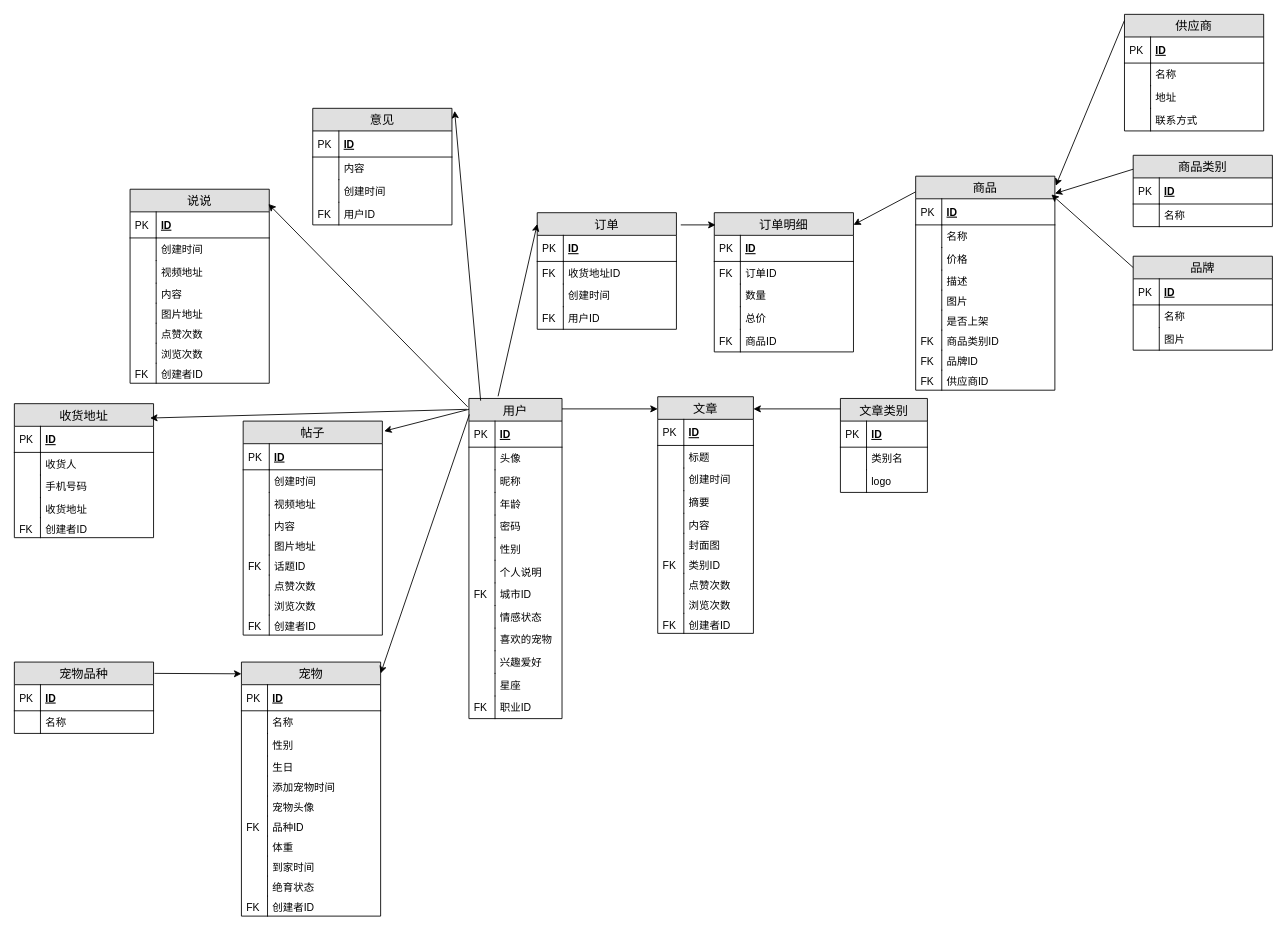
Above: pet/uml/面向对象数据库设计2.drawio in JMHello/draw (draw.io), before the change. Source tidied: cells renumbered, new cells numbered last; positions are measured from the earlier drawing's top-left corner, leaving out a move shared by most shapes. Both pictures are drawn from the tidied source at 87%, with x=0, y=0 at pixel (14, 14).
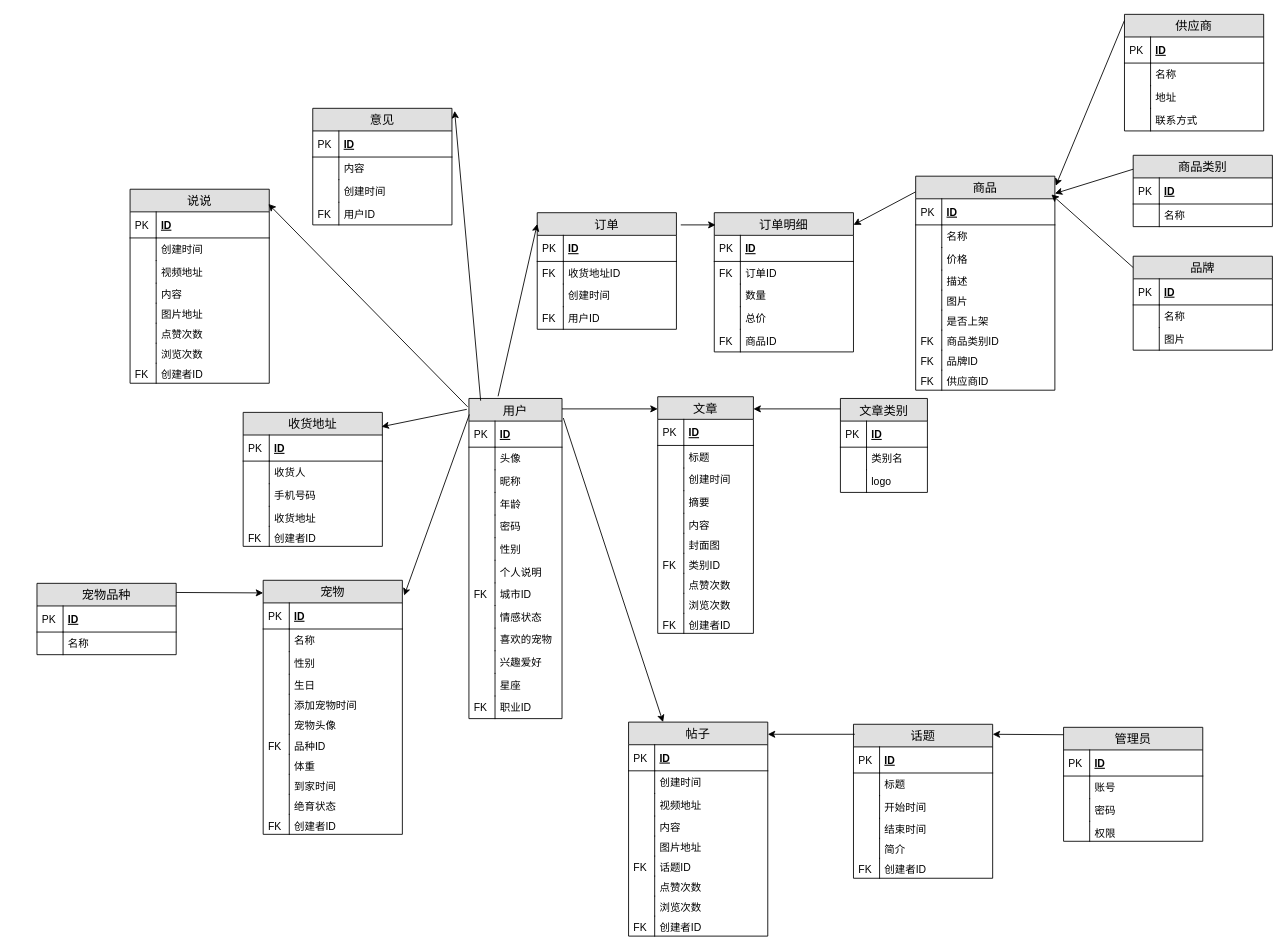
Above is the later version.

Commit message (it also covers changes not shown here):
Update 面向对象数据库设计2.drawio

The change refers to these unchanged cells:
```xml
<mxCell id="22" value="用户" style="swimlane;fontStyle=0;horizontal=1;startSize=26;fillColor=#e0e0e0;swimlaneFillColor=#ffffff;align=center;fontSize=14;" parent="21" vertex="1">
  <mxGeometry y="2" width="107" height="368" as="geometry" />
</mxCell>
<mxCell id="23" value="ID" style="shape=partialRectangle;top=0;left=0;right=0;bottom=1;align=left;verticalAlign=middle;fillColor=none;spacingLeft=34;spacingRight=4;overflow=hidden;points=[[0,0.5],[1,0.5]];portConstraint=eastwest;fontStyle=5;fontSize=12;" parent="22" vertex="1">
  <mxGeometry y="26" width="107" height="30" as="geometry" />
</mxCell>
```

Change to the diagram source:
```diff
@@
-    <mxCell id="2" value="帖子" style="swimlane;fontStyle=0;horizontal=1;startSize=26;fillColor=#e0e0e0;swimlaneFillColor=#ffffff;align=center;fontSize=14;" parent="1" vertex="1">
-      <mxGeometry x="263" y="467.5" width="160" height="246" as="geometry" />
-    </mxCell>
-    <mxCell id="3" value="ID" style="shape=partialRectangle;top=0;left=0;right=0;bottom=1;align=left;verticalAlign=middle;fillColor=none;spacingLeft=34;spacingRight=4;overflow=hidden;fontStyle=5;fontSize=12;" parent="2" vertex="1">
-      <mxGeometry y="26" width="160" height="30" as="geometry" />
-    </mxCell>
-    <mxCell id="4" value="PK" style="shape=partialRectangle;top=0;left=0;bottom=0;fillColor=none;align=left;verticalAlign=middle;spacingLeft=4;spacingRight=4;overflow=hidden;fontSize=12;" parent="3" vertex="1">
-      <mxGeometry width="30" height="30" as="geometry" />
-    </mxCell>
-    <mxCell id="5" value="创建时间" style="shape=partialRectangle;top=0;left=0;right=0;bottom=0;align=left;verticalAlign=top;fillColor=none;spacingLeft=34;spacingRight=4;overflow=hidden;fontSize=12;" parent="2" vertex="1">
-      <mxGeometry y="56" width="160" height="26" as="geometry" />
-    </mxCell>
-    <mxCell id="6" style="shape=partialRectangle;top=0;left=0;bottom=0;fillColor=none;align=left;verticalAlign=top;spacingLeft=4;spacingRight=4;overflow=hidden;fontSize=12;" parent="5" vertex="1">
-      <mxGeometry width="30" height="26" as="geometry" />
-    </mxCell>
-    <mxCell id="7" value="视频地址" style="shape=partialRectangle;top=0;left=0;right=0;bottom=0;align=left;verticalAlign=top;fillColor=none;spacingLeft=34;spacingRight=4;overflow=hidden;fontSize=12;" parent="2" vertex="1">
-      <mxGeometry y="82" width="160" height="26" as="geometry" />
-    </mxCell>
-    <mxCell id="8" style="shape=partialRectangle;top=0;left=0;bottom=0;fillColor=none;align=left;verticalAlign=top;spacingLeft=4;spacingRight=4;overflow=hidden;fontSize=12;" parent="7" vertex="1">
-      <mxGeometry width="30" height="26" as="geometry" />
-    </mxCell>
-    <mxCell id="9" value="内容" style="shape=partialRectangle;top=0;left=0;right=0;bottom=0;align=left;verticalAlign=top;fillColor=none;spacingLeft=34;spacingRight=4;overflow=hidden;fontSize=12;" parent="2" vertex="1">
-      <mxGeometry y="108" width="160" height="23" as="geometry" />
-    </mxCell>
-    <mxCell id="10" style="shape=partialRectangle;top=0;left=0;bottom=0;fillColor=none;align=left;verticalAlign=top;spacingLeft=4;spacingRight=4;overflow=hidden;fontSize=12;" parent="9" vertex="1">
-      <mxGeometry width="30" height="23" as="geometry" />
-    </mxCell>
-    <mxCell id="11" value="图片地址" style="shape=partialRectangle;top=0;left=0;right=0;bottom=0;align=left;verticalAlign=top;fillColor=none;spacingLeft=34;spacingRight=4;overflow=hidden;fontSize=12;" parent="2" vertex="1">
-      <mxGeometry y="131" width="160" height="23" as="geometry" />
-    </mxCell>
-    <mxCell id="12" style="shape=partialRectangle;top=0;left=0;bottom=0;fillColor=none;align=left;verticalAlign=top;spacingLeft=4;spacingRight=4;overflow=hidden;fontSize=12;" parent="11" vertex="1">
-      <mxGeometry width="30" height="23" as="geometry" />
-    </mxCell>
-    <mxCell id="13" value="话题ID" style="shape=partialRectangle;top=0;left=0;right=0;bottom=0;align=left;verticalAlign=top;fillColor=none;spacingLeft=34;spacingRight=4;overflow=hidden;fontSize=12;" parent="2" vertex="1">
-      <mxGeometry y="154" width="160" height="23" as="geometry" />
-    </mxCell>
-    <mxCell id="14" value="FK" style="shape=partialRectangle;top=0;left=0;bottom=0;fillColor=none;align=left;verticalAlign=top;spacingLeft=4;spacingRight=4;overflow=hidden;fontSize=12;" parent="13" vertex="1">
-      <mxGeometry width="30" height="23" as="geometry" />
-    </mxCell>
-    <mxCell id="15" value="点赞次数" style="shape=partialRectangle;top=0;left=0;right=0;bottom=0;align=left;verticalAlign=top;fillColor=none;spacingLeft=34;spacingRight=4;overflow=hidden;fontSize=12;" parent="2" vertex="1">
-      <mxGeometry y="177" width="160" height="23" as="geometry" />
-    </mxCell>
-    <mxCell id="16" style="shape=partialRectangle;top=0;left=0;bottom=0;fillColor=none;align=left;verticalAlign=top;spacingLeft=4;spacingRight=4;overflow=hidden;fontSize=12;" parent="15" vertex="1">
-      <mxGeometry width="30" height="23" as="geometry" />
-    </mxCell>
-    <mxCell id="17" value="浏览次数" style="shape=partialRectangle;top=0;left=0;right=0;bottom=0;align=left;verticalAlign=top;fillColor=none;spacingLeft=34;spacingRight=4;overflow=hidden;fontSize=12;" parent="2" vertex="1">
-      <mxGeometry y="200" width="160" height="23" as="geometry" />
-    </mxCell>
-    <mxCell id="18" style="shape=partialRectangle;top=0;left=0;bottom=0;fillColor=none;align=left;verticalAlign=top;spacingLeft=4;spacingRight=4;overflow=hidden;fontSize=12;" parent="17" vertex="1">
-      <mxGeometry width="30" height="23" as="geometry" />
-    </mxCell>
-    <mxCell id="19" value="创建者ID" style="shape=partialRectangle;top=0;left=0;right=0;bottom=0;align=left;verticalAlign=top;fillColor=none;spacingLeft=34;spacingRight=4;overflow=hidden;fontSize=12;" parent="2" vertex="1">
-      <mxGeometry y="223" width="160" height="23" as="geometry" />
-    </mxCell>
-    <mxCell id="20" value="FK" style="shape=partialRectangle;top=0;left=0;bottom=0;fillColor=none;align=left;verticalAlign=top;spacingLeft=4;spacingRight=4;overflow=hidden;fontSize=12;" parent="19" vertex="1">
-      <mxGeometry width="30" height="23" as="geometry" />
-    </mxCell>
@@
-    <mxCell id="79" style="endArrow=classic;html=1;entryX=1.013;entryY=0.047;entryDx=0;entryDy=0;entryPerimeter=0;" parent="1" edge="1" target="2">
-      <mxGeometry relative="1" as="geometry">
-        <mxPoint x="522.5" y="454" as="sourcePoint" />
-      </mxGeometry>
+    <mxCell id="79" style="endArrow=classic;html=1;exitX=1.014;exitY=-0.117;exitDx=0;exitDy=0;exitPerimeter=0;" parent="1" edge="1" source="23" target="2">
+      <mxGeometry relative="1" as="geometry" />
     </mxCell>
@@
     <mxCell id="98" value="宠物" style="swimlane;fontStyle=0;horizontal=1;startSize=26;fillColor=#e0e0e0;swimlaneFillColor=#ffffff;align=center;fontSize=14;" parent="1" vertex="1">
-      <mxGeometry x="261" y="744.5" width="160" height="292" as="geometry" />
+      <mxGeometry x="286" y="650.5" width="160" height="292" as="geometry" />
     </mxCell>
@@
-    <mxCell id="121" style="endArrow=classic;html=1;exitX=0.005;exitY=0.05;exitDx=0;exitDy=0;exitPerimeter=0;" parent="1" edge="1" source="22">
-      <mxGeometry relative="1" as="geometry">
-        <mxPoint x="421" y="757.5" as="targetPoint" />
-      </mxGeometry>
+    <mxCell id="121" style="endArrow=classic;html=1;exitX=0.005;exitY=0.05;exitDx=0;exitDy=0;exitPerimeter=0;entryX=1.013;entryY=0.06;entryDx=0;entryDy=0;entryPerimeter=0;" parent="1" edge="1" source="22" target="98">
+      <mxGeometry relative="1" as="geometry" />
     </mxCell>
     <mxCell id="122" value="宠物品种" style="swimlane;fontStyle=0;horizontal=1;startSize=26;fillColor=#e0e0e0;swimlaneFillColor=#ffffff;align=center;fontSize=14;" parent="1" vertex="1">
-      <mxGeometry y="744.5" width="160" height="82" as="geometry" />
+      <mxGeometry x="26" y="654" width="160" height="82" as="geometry" />
     </mxCell>
@@
     <mxCell id="127" style="endArrow=classic;html=1;" parent="1" edge="1">
       <mxGeometry relative="1" as="geometry">
-        <mxPoint x="161" y="757.5" as="sourcePoint" />
-        <mxPoint x="261" y="758" as="targetPoint" />
+        <mxPoint x="186" y="664.5" as="sourcePoint" />
+        <mxPoint x="286" y="665" as="targetPoint" />
       </mxGeometry>
     </mxCell>
     <mxCell id="128" value="收货地址" style="swimlane;fontStyle=0;horizontal=1;startSize=26;fillColor=#e0e0e0;swimlaneFillColor=#ffffff;align=center;fontSize=14;" parent="1" vertex="1">
-      <mxGeometry y="447.5" width="160" height="154" as="geometry" />
+      <mxGeometry x="263" y="457.5" width="160" height="154" as="geometry" />
     </mxCell>
@@
-    <mxCell id="139" style="endArrow=classic;html=1;exitX=-0.023;exitY=0.034;exitDx=0;exitDy=0;exitPerimeter=0;" parent="1" edge="1" source="22">
-      <mxGeometry relative="1" as="geometry">
-        <mxPoint x="156" y="464" as="targetPoint" />
-      </mxGeometry>
+    <mxCell id="139" style="endArrow=classic;html=1;exitX=-0.023;exitY=0.034;exitDx=0;exitDy=0;exitPerimeter=0;entryX=0.994;entryY=0.107;entryDx=0;entryDy=0;entryPerimeter=0;" parent="1" edge="1" source="22" target="128">
+      <mxGeometry relative="1" as="geometry" />
     </mxCell>
@@
+    <mxCell id="2" value="帖子" style="swimlane;fontStyle=0;horizontal=1;startSize=26;fillColor=#e0e0e0;swimlaneFillColor=#ffffff;align=center;fontSize=14;" parent="1" vertex="1">
+      <mxGeometry x="706" y="813.5" width="160" height="246" as="geometry" />
+    </mxCell>
+    <mxCell id="216" value="ID" style="shape=partialRectangle;top=0;left=0;right=0;bottom=1;align=left;verticalAlign=middle;fillColor=none;spacingLeft=34;spacingRight=4;overflow=hidden;fontStyle=5;fontSize=12;" parent="2" vertex="1">
+      <mxGeometry y="26" width="160" height="30" as="geometry" />
+    </mxCell>
+    <mxCell id="217" value="PK" style="shape=partialRectangle;top=0;left=0;bottom=0;fillColor=none;align=left;verticalAlign=middle;spacingLeft=4;spacingRight=4;overflow=hidden;fontSize=12;" parent="216" vertex="1">
+      <mxGeometry width="30" height="30" as="geometry" />
+    </mxCell>
+    <mxCell id="5" value="创建时间" style="shape=partialRectangle;top=0;left=0;right=0;bottom=0;align=left;verticalAlign=top;fillColor=none;spacingLeft=34;spacingRight=4;overflow=hidden;fontSize=12;" parent="2" vertex="1">
+      <mxGeometry y="56" width="160" height="26" as="geometry" />
+    </mxCell>
+    <mxCell id="218" style="shape=partialRectangle;top=0;left=0;bottom=0;fillColor=none;align=left;verticalAlign=top;spacingLeft=4;spacingRight=4;overflow=hidden;fontSize=12;" parent="5" vertex="1">
+      <mxGeometry width="30" height="26" as="geometry" />
+    </mxCell>
+    <mxCell id="7" value="视频地址" style="shape=partialRectangle;top=0;left=0;right=0;bottom=0;align=left;verticalAlign=top;fillColor=none;spacingLeft=34;spacingRight=4;overflow=hidden;fontSize=12;" parent="2" vertex="1">
+      <mxGeometry y="82" width="160" height="26" as="geometry" />
+    </mxCell>
+    <mxCell id="219" style="shape=partialRectangle;top=0;left=0;bottom=0;fillColor=none;align=left;verticalAlign=top;spacingLeft=4;spacingRight=4;overflow=hidden;fontSize=12;" parent="7" vertex="1">
+      <mxGeometry width="30" height="26" as="geometry" />
+    </mxCell>
+    <mxCell id="9" value="内容" style="shape=partialRectangle;top=0;left=0;right=0;bottom=0;align=left;verticalAlign=top;fillColor=none;spacingLeft=34;spacingRight=4;overflow=hidden;fontSize=12;" parent="2" vertex="1">
+      <mxGeometry y="108" width="160" height="23" as="geometry" />
+    </mxCell>
+    <mxCell id="220" style="shape=partialRectangle;top=0;left=0;bottom=0;fillColor=none;align=left;verticalAlign=top;spacingLeft=4;spacingRight=4;overflow=hidden;fontSize=12;" parent="9" vertex="1">
+      <mxGeometry width="30" height="23" as="geometry" />
+    </mxCell>
+    <mxCell id="11" value="图片地址" style="shape=partialRectangle;top=0;left=0;right=0;bottom=0;align=left;verticalAlign=top;fillColor=none;spacingLeft=34;spacingRight=4;overflow=hidden;fontSize=12;" parent="2" vertex="1">
+      <mxGeometry y="131" width="160" height="23" as="geometry" />
+    </mxCell>
+    <mxCell id="221" style="shape=partialRectangle;top=0;left=0;bottom=0;fillColor=none;align=left;verticalAlign=top;spacingLeft=4;spacingRight=4;overflow=hidden;fontSize=12;" parent="11" vertex="1">
+      <mxGeometry width="30" height="23" as="geometry" />
+    </mxCell>
+    <mxCell id="13" value="话题ID" style="shape=partialRectangle;top=0;left=0;right=0;bottom=0;align=left;verticalAlign=top;fillColor=none;spacingLeft=34;spacingRight=4;overflow=hidden;fontSize=12;" parent="2" vertex="1">
+      <mxGeometry y="154" width="160" height="23" as="geometry" />
+    </mxCell>
+    <mxCell id="222" value="FK" style="shape=partialRectangle;top=0;left=0;bottom=0;fillColor=none;align=left;verticalAlign=top;spacingLeft=4;spacingRight=4;overflow=hidden;fontSize=12;" parent="13" vertex="1">
+      <mxGeometry width="30" height="23" as="geometry" />
+    </mxCell>
+    <mxCell id="15" value="点赞次数" style="shape=partialRectangle;top=0;left=0;right=0;bottom=0;align=left;verticalAlign=top;fillColor=none;spacingLeft=34;spacingRight=4;overflow=hidden;fontSize=12;" parent="2" vertex="1">
+      <mxGeometry y="177" width="160" height="23" as="geometry" />
+    </mxCell>
+    <mxCell id="223" style="shape=partialRectangle;top=0;left=0;bottom=0;fillColor=none;align=left;verticalAlign=top;spacingLeft=4;spacingRight=4;overflow=hidden;fontSize=12;" parent="15" vertex="1">
+      <mxGeometry width="30" height="23" as="geometry" />
+    </mxCell>
+    <mxCell id="17" value="浏览次数" style="shape=partialRectangle;top=0;left=0;right=0;bottom=0;align=left;verticalAlign=top;fillColor=none;spacingLeft=34;spacingRight=4;overflow=hidden;fontSize=12;" parent="2" vertex="1">
+      <mxGeometry y="200" width="160" height="23" as="geometry" />
+    </mxCell>
+    <mxCell id="224" style="shape=partialRectangle;top=0;left=0;bottom=0;fillColor=none;align=left;verticalAlign=top;spacingLeft=4;spacingRight=4;overflow=hidden;fontSize=12;" parent="17" vertex="1">
+      <mxGeometry width="30" height="23" as="geometry" />
+    </mxCell>
+    <mxCell id="19" value="创建者ID" style="shape=partialRectangle;top=0;left=0;right=0;bottom=0;align=left;verticalAlign=top;fillColor=none;spacingLeft=34;spacingRight=4;overflow=hidden;fontSize=12;" parent="2" vertex="1">
+      <mxGeometry y="223" width="160" height="23" as="geometry" />
+    </mxCell>
+    <mxCell id="225" value="FK" style="shape=partialRectangle;top=0;left=0;bottom=0;fillColor=none;align=left;verticalAlign=top;spacingLeft=4;spacingRight=4;overflow=hidden;fontSize=12;" parent="19" vertex="1">
+      <mxGeometry width="30" height="23" as="geometry" />
+    </mxCell>
+    <mxCell id="226" value="话题" style="swimlane;fontStyle=0;horizontal=1;startSize=26;fillColor=#e0e0e0;swimlaneFillColor=#ffffff;align=center;fontSize=14;" parent="1" vertex="1">
+      <mxGeometry x="964.5" y="816" width="160" height="177" as="geometry" />
+    </mxCell>
+    <mxCell id="227" value="ID" style="shape=partialRectangle;top=0;left=0;right=0;bottom=1;align=left;verticalAlign=middle;fillColor=none;spacingLeft=34;spacingRight=4;overflow=hidden;fontStyle=5;fontSize=12;" parent="226" vertex="1">
+      <mxGeometry y="26" width="160" height="30" as="geometry" />
+    </mxCell>
+    <mxCell id="228" value="PK" style="shape=partialRectangle;top=0;left=0;bottom=0;fillColor=none;align=left;verticalAlign=middle;spacingLeft=4;spacingRight=4;overflow=hidden;fontSize=12;" parent="227" vertex="1">
+      <mxGeometry width="30" height="30" as="geometry" />
+    </mxCell>
+    <mxCell id="229" value="标题" style="shape=partialRectangle;top=0;left=0;right=0;bottom=0;align=left;verticalAlign=top;fillColor=none;spacingLeft=34;spacingRight=4;overflow=hidden;fontSize=12;" parent="226" vertex="1">
+      <mxGeometry y="56" width="160" height="26" as="geometry" />
+    </mxCell>
+    <mxCell id="230" style="shape=partialRectangle;top=0;left=0;bottom=0;fillColor=none;align=left;verticalAlign=top;spacingLeft=4;spacingRight=4;overflow=hidden;fontSize=12;" parent="229" vertex="1">
+      <mxGeometry width="30" height="26" as="geometry" />
+    </mxCell>
+    <mxCell id="231" value="开始时间" style="shape=partialRectangle;top=0;left=0;right=0;bottom=0;align=left;verticalAlign=top;fillColor=none;spacingLeft=34;spacingRight=4;overflow=hidden;fontSize=12;" parent="226" vertex="1">
+      <mxGeometry y="82" width="160" height="26" as="geometry" />
+    </mxCell>
+    <mxCell id="232" style="shape=partialRectangle;top=0;left=0;bottom=0;fillColor=none;align=left;verticalAlign=top;spacingLeft=4;spacingRight=4;overflow=hidden;fontSize=12;" parent="231" vertex="1">
+      <mxGeometry width="30" height="26" as="geometry" />
+    </mxCell>
+    <mxCell id="233" value="结束时间" style="shape=partialRectangle;top=0;left=0;right=0;bottom=0;align=left;verticalAlign=top;fillColor=none;spacingLeft=34;spacingRight=4;overflow=hidden;fontSize=12;" parent="226" vertex="1">
+      <mxGeometry y="108" width="160" height="23" as="geometry" />
+    </mxCell>
+    <mxCell id="234" style="shape=partialRectangle;top=0;left=0;bottom=0;fillColor=none;align=left;verticalAlign=top;spacingLeft=4;spacingRight=4;overflow=hidden;fontSize=12;" parent="233" vertex="1">
+      <mxGeometry width="30" height="23" as="geometry" />
+    </mxCell>
+    <mxCell id="235" value="简介" style="shape=partialRectangle;top=0;left=0;right=0;bottom=0;align=left;verticalAlign=top;fillColor=none;spacingLeft=34;spacingRight=4;overflow=hidden;fontSize=12;" parent="226" vertex="1">
+      <mxGeometry y="131" width="160" height="23" as="geometry" />
+    </mxCell>
+    <mxCell id="236" style="shape=partialRectangle;top=0;left=0;bottom=0;fillColor=none;align=left;verticalAlign=top;spacingLeft=4;spacingRight=4;overflow=hidden;fontSize=12;" parent="235" vertex="1">
+      <mxGeometry width="30" height="23" as="geometry" />
+    </mxCell>
+    <mxCell id="237" value="创建者ID" style="shape=partialRectangle;top=0;left=0;right=0;bottom=0;align=left;verticalAlign=top;fillColor=none;spacingLeft=34;spacingRight=4;overflow=hidden;fontSize=12;" parent="226" vertex="1">
+      <mxGeometry y="154" width="160" height="23" as="geometry" />
+    </mxCell>
+    <mxCell id="238" value="FK" style="shape=partialRectangle;top=0;left=0;bottom=0;fillColor=none;align=left;verticalAlign=top;spacingLeft=4;spacingRight=4;overflow=hidden;fontSize=12;" parent="237" vertex="1">
+      <mxGeometry width="30" height="23" as="geometry" />
+    </mxCell>
+    <mxCell id="239" style="endArrow=classic;html=1;" parent="1" edge="1">
+      <mxGeometry relative="1" as="geometry">
+        <mxPoint x="966" y="827.5" as="sourcePoint" />
+        <mxPoint x="866" y="827.5" as="targetPoint" />
+      </mxGeometry>
+    </mxCell>
+    <mxCell id="240" value="管理员" style="swimlane;fontStyle=0;horizontal=1;startSize=26;fillColor=#e0e0e0;swimlaneFillColor=#ffffff;align=center;fontSize=14;" parent="1" vertex="1">
+      <mxGeometry x="1206" y="819.5" width="160" height="131" as="geometry" />
+    </mxCell>
+    <mxCell id="241" value="ID" style="shape=partialRectangle;top=0;left=0;right=0;bottom=1;align=left;verticalAlign=middle;fillColor=none;spacingLeft=34;spacingRight=4;overflow=hidden;fontStyle=5;fontSize=12;" parent="240" vertex="1">
+      <mxGeometry y="26" width="160" height="30" as="geometry" />
+    </mxCell>
+    <mxCell id="242" value="PK" style="shape=partialRectangle;top=0;left=0;bottom=0;fillColor=none;align=left;verticalAlign=middle;spacingLeft=4;spacingRight=4;overflow=hidden;fontSize=12;" parent="241" vertex="1">
+      <mxGeometry width="30" height="30" as="geometry" />
+    </mxCell>
+    <mxCell id="243" value="账号" style="shape=partialRectangle;top=0;left=0;right=0;bottom=0;align=left;verticalAlign=top;fillColor=none;spacingLeft=34;spacingRight=4;overflow=hidden;fontSize=12;" parent="240" vertex="1">
+      <mxGeometry y="56" width="160" height="26" as="geometry" />
+    </mxCell>
+    <mxCell id="244" style="shape=partialRectangle;top=0;left=0;bottom=0;fillColor=none;align=left;verticalAlign=top;spacingLeft=4;spacingRight=4;overflow=hidden;fontSize=12;" parent="243" vertex="1">
+      <mxGeometry width="30" height="26" as="geometry" />
+    </mxCell>
+    <mxCell id="245" value="密码" style="shape=partialRectangle;top=0;left=0;right=0;bottom=0;align=left;verticalAlign=top;fillColor=none;spacingLeft=34;spacingRight=4;overflow=hidden;fontSize=12;" parent="240" vertex="1">
+      <mxGeometry y="82" width="160" height="26" as="geometry" />
+    </mxCell>
+    <mxCell id="246" style="shape=partialRectangle;top=0;left=0;bottom=0;fillColor=none;align=left;verticalAlign=top;spacingLeft=4;spacingRight=4;overflow=hidden;fontSize=12;" parent="245" vertex="1">
+      <mxGeometry width="30" height="26" as="geometry" />
+    </mxCell>
+    <mxCell id="247" value="权限" style="shape=partialRectangle;top=0;left=0;right=0;bottom=0;align=left;verticalAlign=top;fillColor=none;spacingLeft=34;spacingRight=4;overflow=hidden;fontSize=12;" parent="240" vertex="1">
+      <mxGeometry y="108" width="160" height="23" as="geometry" />
+    </mxCell>
+    <mxCell id="248" style="shape=partialRectangle;top=0;left=0;bottom=0;fillColor=none;align=left;verticalAlign=top;spacingLeft=4;spacingRight=4;overflow=hidden;fontSize=12;" parent="247" vertex="1">
+      <mxGeometry width="30" height="23" as="geometry" />
+    </mxCell>
+    <mxCell id="249" style="endArrow=classic;html=1;" parent="1" edge="1">
+      <mxGeometry relative="1" as="geometry">
+        <mxPoint x="1206" y="828" as="sourcePoint" />
+        <mxPoint x="1124.5" y="827.5" as="targetPoint" />
+      </mxGeometry>
+    </mxCell>
```
